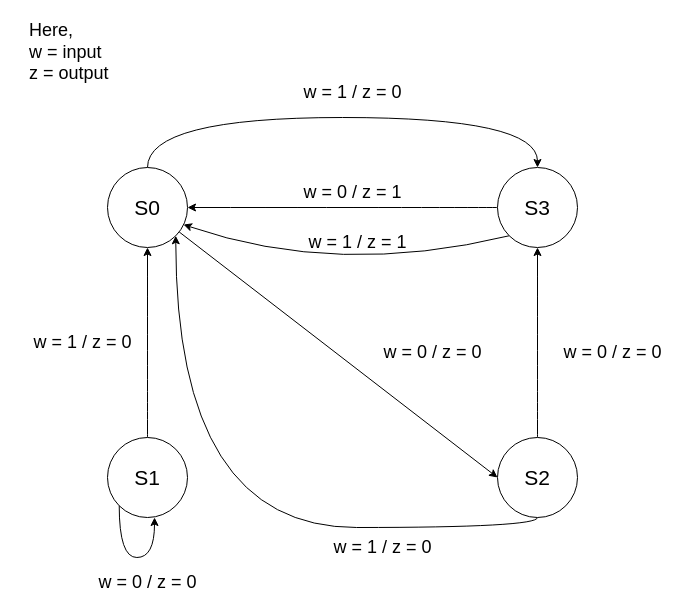
mehadihn/BRACUCSE460 keeps this draw.io diagram as page "Exp 02" (2 of 2) of Exp 03/Lab Submission/State Diagram.drawio. Above is the earlier version. Source tidied: cells renumbered, new cells numbered last; positions are measured from the earlier drawing's top-left corner, leaving out a move shared by most shapes. Both pictures are drawn from the tidied source at 100%, with x=0, y=0 at pixel (27, 17).
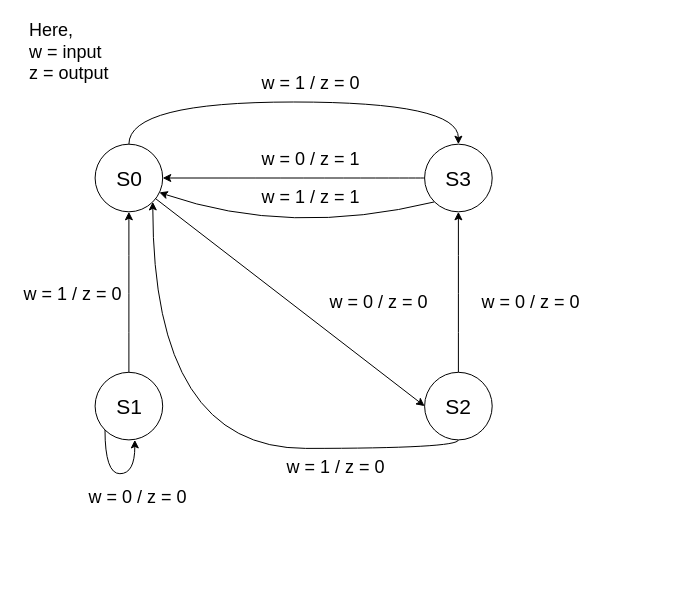
Above is the later version.

Change to the diagram source:
```diff
@@
-    <mxCell id="2" style="edgeStyle=orthogonalEdgeStyle;curved=1;jettySize=auto;html=1;entryX=0;entryY=0.5;entryDx=0;entryDy=0;fontSize=18;strokeColor=none;" parent="1" edge="1" source="5" target="10">
-      <mxGeometry relative="1" as="geometry" />
-    </mxCell>
-    <mxCell id="3" style="edgeStyle=orthogonalEdgeStyle;curved=1;jettySize=auto;html=1;entryX=0.5;entryY=0;entryDx=0;entryDy=0;fontSize=18;" parent="1" edge="1" source="5" target="10">
-      <mxGeometry relative="1" as="geometry">
-        <Array as="points">
-          <mxPoint x="120" y="100" />
-          <mxPoint x="510" y="100" />
-        </Array>
-      </mxGeometry>
-    </mxCell>
-    <mxCell id="4" style="jettySize=auto;html=1;entryX=0;entryY=0.5;entryDx=0;entryDy=0;fontSize=18;rounded=0;" parent="1" edge="1" source="5" target="13">
-      <mxGeometry relative="1" as="geometry" />
-    </mxCell>
+    <mxCell id="24" style="group;" parent="1" vertex="1">
+      <mxGeometry width="540.7" height="490" as="geometry" />
+    </mxCell>
+    <mxCell id="25" style="group;" parent="24" vertex="1">
+      <mxGeometry width="540.7" height="490" as="geometry" />
+    </mxCell>
-    <mxCell id="5" value="S0" style="ellipse;whiteSpace=wrap;html=1;fontSize=21;" parent="1" vertex="1">
-      <mxGeometry x="80" y="150" width="80" height="80" as="geometry" />
+    <mxCell id="5" value="S0" style="ellipse;whiteSpace=wrap;html=1;fontSize=21;" parent="25" vertex="1">
+      <mxGeometry x="67.6" y="126.7" width="67.6" height="67.6" as="geometry" />
     </mxCell>
-    <mxCell id="6" style="edgeStyle=orthogonalEdgeStyle;curved=1;jettySize=auto;html=1;entryX=0.5;entryY=1;entryDx=0;entryDy=0;fontSize=18;" parent="1" edge="1" source="7" target="5">
+    <mxCell id="6" style="edgeStyle=orthogonalEdgeStyle;curved=1;jettySize=auto;html=1;entryX=0.5;entryY=1;entryDx=0;entryDy=0;fontSize=18;" parent="25" edge="1" source="7" target="5">
       <mxGeometry relative="1" as="geometry" />
     </mxCell>
-    <mxCell id="7" value="S1" style="ellipse;whiteSpace=wrap;html=1;fontSize=21;" parent="1" vertex="1">
-      <mxGeometry x="80" y="420" width="80" height="80" as="geometry" />
+    <mxCell id="7" value="S1" style="ellipse;whiteSpace=wrap;html=1;fontSize=21;" parent="25" vertex="1">
+      <mxGeometry x="67.6" y="354.8" width="67.6" height="67.6" as="geometry" />
     </mxCell>
-    <mxCell id="8" style="edgeStyle=orthogonalEdgeStyle;curved=1;jettySize=auto;html=1;fontSize=18;" parent="1" edge="1" source="10" target="5">
+    <mxCell id="8" style="edgeStyle=orthogonalEdgeStyle;curved=1;jettySize=auto;html=1;fontSize=18;" parent="25" edge="1" source="10" target="5">
       <mxGeometry relative="1" as="geometry" />
     </mxCell>
-    <mxCell id="9" style="edgeStyle=none;jettySize=auto;html=1;exitX=0;exitY=1;exitDx=0;exitDy=0;entryX=0.95;entryY=0.713;entryDx=0;entryDy=0;entryPerimeter=0;fontSize=18;curved=1;" parent="1" edge="1" source="10" target="5">
+    <mxCell id="9" style="edgeStyle=none;jettySize=auto;html=1;exitX=0;exitY=1;exitDx=0;exitDy=0;entryX=0.95;entryY=0.713;entryDx=0;entryDy=0;entryPerimeter=0;fontSize=18;curved=1;" parent="25" edge="1" source="10" target="5">
       <mxGeometry relative="1" as="geometry">
         <Array as="points">
-          <mxPoint x="310" y="260" />
+          <mxPoint x="261.9" y="219.7" />
         </Array>
       </mxGeometry>
     </mxCell>
-    <mxCell id="10" value="S3" style="ellipse;whiteSpace=wrap;html=1;fontSize=21;" parent="1" vertex="1">
-      <mxGeometry x="470" y="150" width="80" height="80" as="geometry" />
+    <mxCell id="10" value="S3" style="ellipse;whiteSpace=wrap;html=1;fontSize=21;" parent="25" vertex="1">
+      <mxGeometry x="397.1" y="126.7" width="67.6" height="67.6" as="geometry" />
     </mxCell>
+    <mxCell id="2" style="edgeStyle=orthogonalEdgeStyle;curved=1;jettySize=auto;html=1;entryX=0;entryY=0.5;entryDx=0;entryDy=0;fontSize=18;strokeColor=none;" parent="25" edge="1" source="5" target="10">
+      <mxGeometry relative="1" as="geometry" />
+    </mxCell>
+    <mxCell id="3" style="edgeStyle=orthogonalEdgeStyle;curved=1;jettySize=auto;html=1;entryX=0.5;entryY=0;entryDx=0;entryDy=0;fontSize=18;" parent="25" edge="1" source="5" target="10">
+      <mxGeometry relative="1" as="geometry">
+        <Array as="points">
+          <mxPoint x="101.4" y="84.5" />
+          <mxPoint x="430.9" y="84.5" />
+        </Array>
+      </mxGeometry>
+    </mxCell>
-    <mxCell id="11" style="edgeStyle=orthogonalEdgeStyle;curved=1;jettySize=auto;html=1;entryX=0.5;entryY=1;entryDx=0;entryDy=0;fontSize=18;" parent="1" edge="1" source="13" target="10">
+    <mxCell id="11" style="edgeStyle=orthogonalEdgeStyle;curved=1;jettySize=auto;html=1;entryX=0.5;entryY=1;entryDx=0;entryDy=0;fontSize=18;" parent="25" edge="1" source="13" target="10">
       <mxGeometry relative="1" as="geometry" />
     </mxCell>
-    <mxCell id="12" style="edgeStyle=orthogonalEdgeStyle;curved=1;jettySize=auto;html=1;entryX=1;entryY=1;entryDx=0;entryDy=0;fontSize=18;" parent="1" edge="1" source="13" target="5">
+    <mxCell id="12" style="edgeStyle=orthogonalEdgeStyle;curved=1;jettySize=auto;html=1;entryX=1;entryY=1;entryDx=0;entryDy=0;fontSize=18;" parent="25" edge="1" source="13" target="5">
       <mxGeometry relative="1" as="geometry">
         <Array as="points">
-          <mxPoint x="510" y="510" />
-          <mxPoint x="148" y="510" />
+          <mxPoint x="430.9" y="430.9" />
+          <mxPoint x="125" y="430.9" />
         </Array>
       </mxGeometry>
     </mxCell>
-    <mxCell id="13" value="S2" style="ellipse;whiteSpace=wrap;html=1;fontSize=21;" parent="1" vertex="1">
-      <mxGeometry x="470" y="420" width="80" height="80" as="geometry" />
+    <mxCell id="13" value="S2" style="ellipse;whiteSpace=wrap;html=1;fontSize=21;" parent="25" vertex="1">
+      <mxGeometry x="397.1" y="354.8" width="67.6" height="67.6" as="geometry" />
     </mxCell>
-    <mxCell id="14" value="w = 0 / z = 0" style="text;html=1;align=center;verticalAlign=middle;fontSize=18;" parent="1" vertex="1">
-      <mxGeometry x="350" y="320" width="110" height="30" as="geometry" />
+    <mxCell id="14" value="w = 0 / z = 0" style="text;html=1;align=center;verticalAlign=middle;fontSize=18;" parent="25" vertex="1">
+      <mxGeometry x="295.7" y="270.3" width="110" height="30" as="geometry" />
     </mxCell>
-    <mxCell id="15" value="w = 1 / z = 0" style="text;html=1;align=center;verticalAlign=middle;fontSize=18;" parent="1" vertex="1">
-      <mxGeometry x="270" y="60" width="110" height="30" as="geometry" />
+    <mxCell id="15" value="w = 1 / z = 0" style="text;html=1;align=center;verticalAlign=middle;fontSize=18;" parent="25" vertex="1">
+      <mxGeometry x="228.1" y="50.7" width="110" height="30" as="geometry" />
     </mxCell>
+    <mxCell id="4" style="jettySize=auto;html=1;entryX=0;entryY=0.5;entryDx=0;entryDy=0;fontSize=18;rounded=0;" parent="25" edge="1" source="5" target="13">
+      <mxGeometry relative="1" as="geometry" />
+    </mxCell>
-    <mxCell id="16" style="edgeStyle=orthogonalEdgeStyle;curved=1;orthogonalLoop=1;jettySize=auto;html=1;entryX=0.588;entryY=1;entryDx=0;entryDy=0;entryPerimeter=0;fontSize=18;exitX=0;exitY=1;exitDx=0;exitDy=0;" parent="1" edge="1" source="7" target="7">
+    <mxCell id="16" style="edgeStyle=orthogonalEdgeStyle;curved=1;orthogonalLoop=1;jettySize=auto;html=1;entryX=0.588;entryY=1;entryDx=0;entryDy=0;entryPerimeter=0;fontSize=18;exitX=0;exitY=1;exitDx=0;exitDy=0;" parent="25" edge="1" source="7" target="7">
       <mxGeometry relative="1" as="geometry">
         <Array as="points">
-          <mxPoint x="92" y="540" />
-          <mxPoint x="127" y="540" />
+          <mxPoint x="77.7" y="456.2" />
+          <mxPoint x="107.3" y="456.2" />
         </Array>
       </mxGeometry>
     </mxCell>
-    <mxCell id="17" value="w = 0 / z = 0" style="text;html=1;align=center;verticalAlign=middle;fontSize=18;" parent="1" vertex="1">
-      <mxGeometry x="65" y="550" width="110" height="30" as="geometry" />
+    <mxCell id="17" value="w = 0 / z = 0" style="text;html=1;align=center;verticalAlign=middle;fontSize=18;" parent="25" vertex="1">
+      <mxGeometry x="54.9" y="464.7" width="110" height="30" as="geometry" />
     </mxCell>
-    <mxCell id="18" value="w = 1 / z = 0" style="text;html=1;align=center;verticalAlign=middle;fontSize=18;" parent="1" vertex="1">
-      <mxGeometry y="310" width="110" height="30" as="geometry" />
+    <mxCell id="18" value="w = 1 / z = 0" style="text;html=1;align=center;verticalAlign=middle;fontSize=18;" parent="25" vertex="1">
+      <mxGeometry x="-10" y="261.9" width="110" height="30" as="geometry" />
     </mxCell>
-    <mxCell id="19" value="w = 0 / z = 0" style="text;html=1;align=center;verticalAlign=middle;fontSize=18;" parent="1" vertex="1">
-      <mxGeometry x="530" y="320" width="110" height="30" as="geometry" />
+    <mxCell id="19" value="w = 0 / z = 0" style="text;html=1;align=center;verticalAlign=middle;fontSize=18;" parent="25" vertex="1">
+      <mxGeometry x="447.8" y="270.3" width="110" height="30" as="geometry" />
     </mxCell>
-    <mxCell id="20" value="w = 1 / z = 0" style="text;html=1;align=center;verticalAlign=middle;fontSize=18;" parent="1" vertex="1">
-      <mxGeometry x="300" y="515" width="110" height="30" as="geometry" />
+    <mxCell id="20" value="w = 1 / z = 0" style="text;html=1;align=center;verticalAlign=middle;fontSize=18;" parent="25" vertex="1">
+      <mxGeometry x="253.4" y="435.1" width="110" height="30" as="geometry" />
     </mxCell>
-    <mxCell id="21" value="w = 0 / z = 1" style="text;html=1;align=center;verticalAlign=middle;fontSize=18;" parent="1" vertex="1">
-      <mxGeometry x="270" y="160" width="110" height="30" as="geometry" />
+    <mxCell id="21" value="w = 0 / z = 1" style="text;html=1;align=center;verticalAlign=middle;fontSize=18;" parent="25" vertex="1">
+      <mxGeometry x="228.1" y="126.7" width="110" height="30" as="geometry" />
     </mxCell>
-    <mxCell id="22" value="w = 1 / z = 1" style="text;html=1;align=center;verticalAlign=middle;fontSize=18;" parent="1" vertex="1">
-      <mxGeometry x="275" y="210" width="110" height="30" as="geometry" />
+    <mxCell id="22" value="w = 1 / z = 1" style="text;html=1;align=center;verticalAlign=middle;fontSize=18;" parent="25" vertex="1">
+      <mxGeometry x="228.1" y="165.2" width="110" height="30" as="geometry" />
     </mxCell>
-    <mxCell id="23" value="Here,&lt;br style=&quot;font-size: 18px&quot;&gt;w = input&lt;br style=&quot;font-size: 18px&quot;&gt;z = output" style="text;html=1;align=left;verticalAlign=middle;fontSize=18;" parent="1" vertex="1">
+    <mxCell id="23" value="Here,&lt;br style=&quot;font-size: 18px&quot;&gt;w = input&lt;br style=&quot;font-size: 18px&quot;&gt;z = output" style="text;html=1;align=left;verticalAlign=middle;fontSize=18;" parent="25" vertex="1">
       <mxGeometry width="100" height="70" as="geometry" />
     </mxCell>
```
